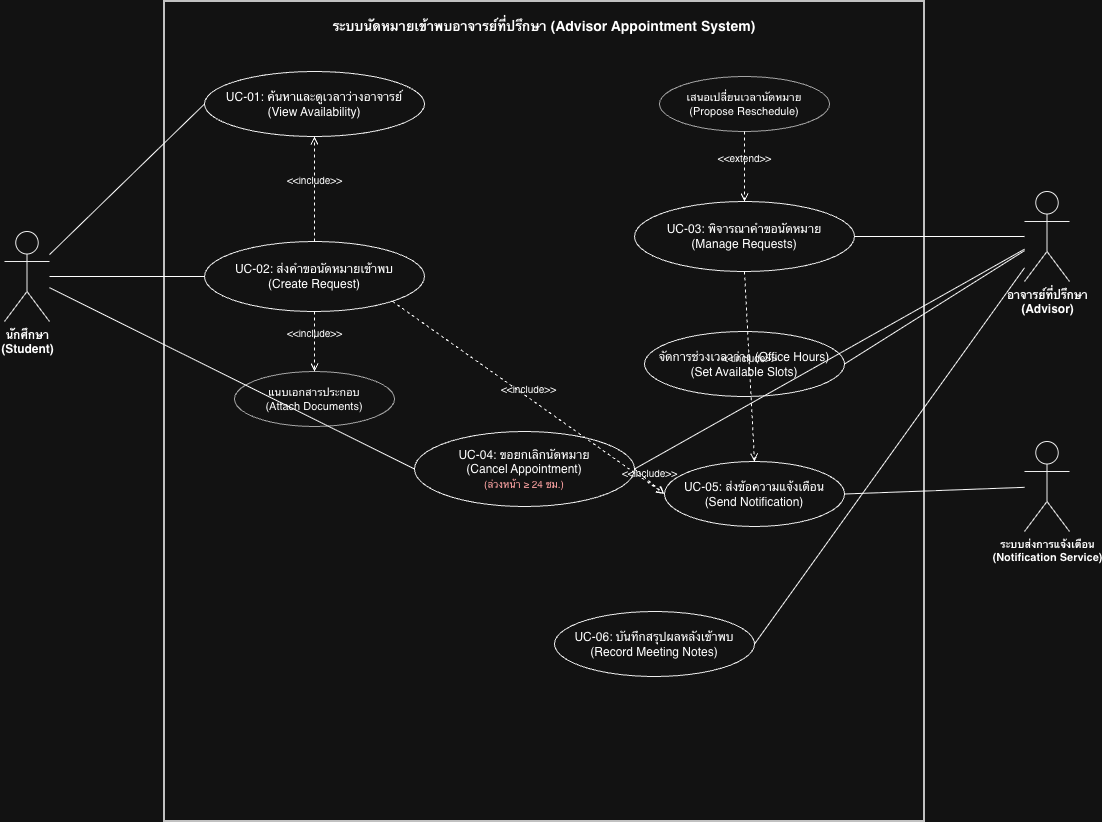
Above: diagrams/use-case/usecase.drawio.png in TAONAJA/ENGSE206-Group4-advisor-appointment (draw.io), before the change. Source tidied: cells renumbered, new cells last; positions are measured from the earlier drawing's top-left corner, leaving out a move shared by most shapes.
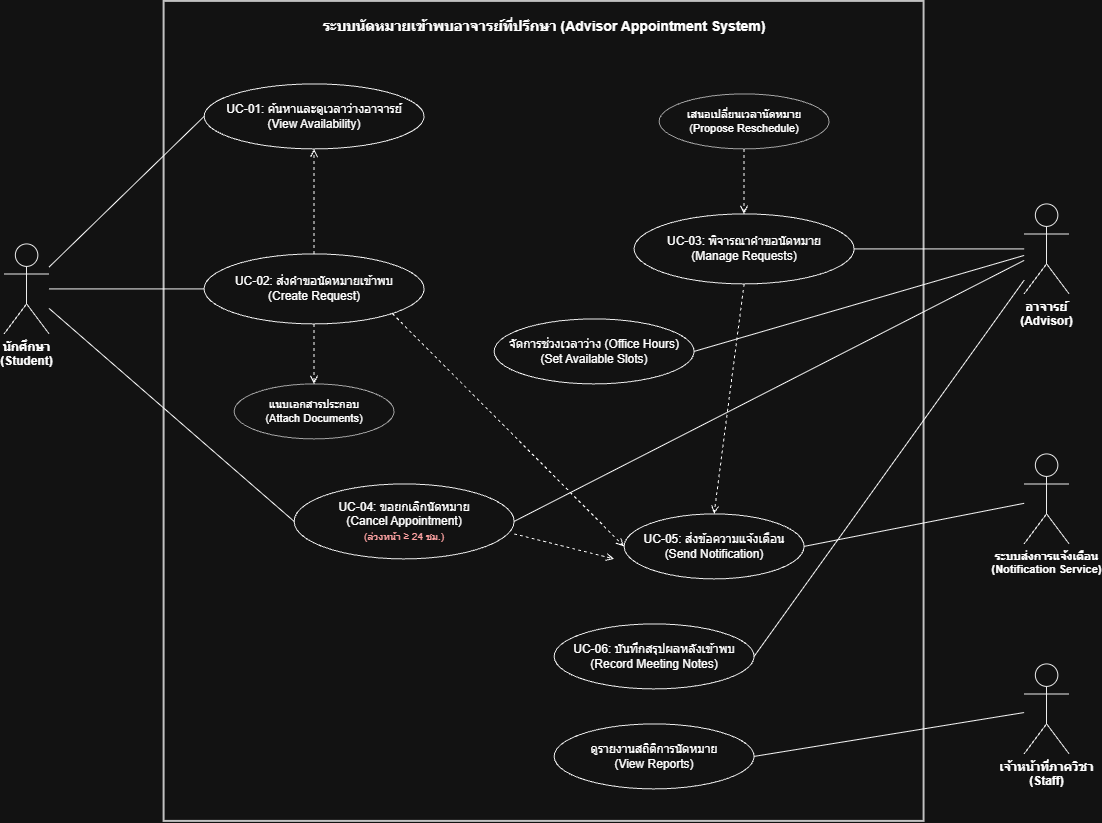
The same file after the commit.

Diff of the diagram source:
```diff
@@ -3,14 +3,17 @@
     <mxCell id="0" />
     <mxCell id="1" parent="0" />
     <mxCell id="2" value="ระบบนัดหมายเข้าพบอาจารย์ที่ปรึกษา (Advisor Appointment System)" style="shape=rect;html=1;verticalAlign=top;fontStyle=1;whiteSpace=wrap;align=center;fillColor=#ffffff;strokeColor=#333333;strokeWidth=2;fontSize=14;spacingTop=10;" parent="1" vertex="1">
-      <mxGeometry x="160" width="760" height="820" as="geometry" />
+      <mxGeometry x="160" y="-12.5" width="760" height="820" as="geometry" />
     </mxCell>
     <mxCell id="3" value="นักศึกษา&#10;(Student)" style="shape=umlActor;verticalLabelPosition=bottom;verticalAlign=top;html=1;outlineConnect=0;fontStyle=1;fontSize=12;strokeColor=#000000;fillColor=#ffffff;" parent="1" vertex="1">
       <mxGeometry y="230" width="45" height="90" as="geometry" />
     </mxCell>
-    <mxCell id="4" value="อาจารย์ที่ปรึกษา&#10;(Advisor)" style="shape=umlActor;verticalLabelPosition=bottom;verticalAlign=top;html=1;outlineConnect=0;fontStyle=1;fontSize=12;strokeColor=#000000;fillColor=#ffffff;" parent="1" vertex="1">
+    <mxCell id="4" value="อาจารย์&lt;br&gt;(Advisor)" style="shape=umlActor;verticalLabelPosition=bottom;verticalAlign=top;html=1;outlineConnect=0;fontStyle=1;fontSize=12;strokeColor=#000000;fillColor=#ffffff;" parent="1" vertex="1">
       <mxGeometry x="1020" y="190" width="45" height="90" as="geometry" />
     </mxCell>
+    <mxCell id="29" value="เจ้าหน้าที่ภาควิชา&#10;(Staff)" style="shape=umlActor;verticalLabelPosition=bottom;verticalAlign=top;html=1;outlineConnect=0;fontStyle=1;fontSize=12;strokeColor=#000000;fillColor=#ffffff;" parent="1" vertex="1">
+      <mxGeometry x="1020" y="650" width="45" height="90" as="geometry" />
+    </mxCell>
     <mxCell id="5" value="ระบบส่งการแจ้งเตือน&#10;(Notification Service)" style="shape=umlActor;verticalLabelPosition=bottom;verticalAlign=top;html=1;outlineConnect=0;fontStyle=1;fontSize=11;strokeColor=#000000;fillColor=#ffffff;" parent="1" vertex="1">
       <mxGeometry x="1020" y="440" width="45" height="90" as="geometry" />
     </mxCell>
@@ -27,20 +30,23 @@
       <mxGeometry x="630" y="200" width="220" height="70" as="geometry" />
     </mxCell>
     <mxCell id="10" value="เสนอเปลี่ยนเวลานัดหมาย&#10;(Propose Reschedule)" style="ellipse;whiteSpace=wrap;html=1;fillColor=#ffffff;strokeColor=#555555;fontSize=11;" parent="1" vertex="1">
-      <mxGeometry x="655" y="75" width="170" height="55" as="geometry" />
+      <mxGeometry x="655" y="80" width="170" height="55" as="geometry" />
     </mxCell>
     <mxCell id="11" value="จัดการช่วงเวลาว่าง (Office Hours)&#10;(Set Available Slots)" style="ellipse;whiteSpace=wrap;html=1;fillColor=#ffffff;strokeColor=#000000;fontSize=12;" parent="1" vertex="1">
-      <mxGeometry x="640" y="330" width="200" height="65" as="geometry" />
+      <mxGeometry x="490" y="305" width="200" height="65" as="geometry" />
     </mxCell>
     <mxCell id="12" value="UC-04: ขอยกเลิกนัดหมาย&#10;(Cancel Appointment)&#10;&lt;font color=&quot;#cc0000&quot; style=&quot;font-size: 10px;&quot;&gt;(ล่วงหน้า ≥ 24 ชม.)&lt;/font&gt;" style="ellipse;whiteSpace=wrap;html=1;fillColor=#ffffff;strokeColor=#000000;fontSize=12;" parent="1" vertex="1">
-      <mxGeometry x="410" y="430" width="220" height="75" as="geometry" />
+      <mxGeometry x="290" y="470" width="220" height="75" as="geometry" />
     </mxCell>
     <mxCell id="13" value="UC-05: ส่งข้อความแจ้งเตือน&#10;(Send Notification)" style="ellipse;whiteSpace=wrap;html=1;fillColor=#ffffff;strokeColor=#000000;fontSize=12;" parent="1" vertex="1">
-      <mxGeometry x="660" y="460" width="180" height="65" as="geometry" />
+      <mxGeometry x="620" y="500" width="180" height="65" as="geometry" />
     </mxCell>
     <mxCell id="14" value="UC-06: บันทึกสรุปผลหลังเข้าพบ&#10;(Record Meeting Notes)" style="ellipse;whiteSpace=wrap;html=1;fillColor=#ffffff;strokeColor=#000000;fontSize=12;" parent="1" vertex="1">
       <mxGeometry x="550" y="610" width="200" height="65" as="geometry" />
     </mxCell>
+    <mxCell id="30" value="ดูรายงานสถิติการนัดหมาย&#10;(View Reports)" style="ellipse;whiteSpace=wrap;html=1;fillColor=#ffffff;strokeColor=#000000;fontSize=12;" parent="1" vertex="1">
+      <mxGeometry x="550" y="710" width="200" height="65" as="geometry" />
+    </mxCell>
     <mxCell id="15" style="endArrow=none;html=1;entryX=0;entryY=0.5;entryDx=0;entryDy=0;" parent="1" edge="1" source="3" target="6">
       <mxGeometry relative="1" as="geometry" />
     </mxCell>
@@ -62,25 +68,31 @@
     <mxCell id="21" style="endArrow=none;html=1;entryX=1;entryY=0.5;entryDx=0;entryDy=0;" parent="1" edge="1" source="4" target="14">
       <mxGeometry relative="1" as="geometry" />
     </mxCell>
+    <mxCell id="31" style="endArrow=none;html=1;entryX=1;entryY=0.5;entryDx=0;entryDy=0;" parent="1" edge="1" source="29" target="30">
+      <mxGeometry relative="1" as="geometry" />
+    </mxCell>
     <mxCell id="22" style="endArrow=none;html=1;entryX=1;entryY=0.5;entryDx=0;entryDy=0;" parent="1" edge="1" source="5" target="13">
       <mxGeometry relative="1" as="geometry" />
     </mxCell>
-    <mxCell id="23" value="&amp;lt;&amp;lt;include&amp;gt;&amp;gt;" style="html=1;verticalAlign=bottom;labelBackgroundColor=none;endArrow=open;endFill=0;dashed=1;entryX=0.5;entryY=1;entryDx=0;entryDy=0;exitX=0.5;exitY=0;exitDx=0;exitDy=0;fontSize=10;" parent="1" edge="1" source="7" target="6">
+    <mxCell id="23" style="html=1;verticalAlign=bottom;labelBackgroundColor=none;endArrow=open;endFill=0;dashed=1;entryX=0.5;entryY=1;entryDx=0;entryDy=0;exitX=0.5;exitY=0;exitDx=0;exitDy=0;fontSize=10;" parent="1" edge="1" source="7" target="6">
       <mxGeometry relative="1" as="geometry" />
     </mxCell>
-    <mxCell id="24" value="&amp;lt;&amp;lt;include&amp;gt;&amp;gt;" style="html=1;verticalAlign=bottom;labelBackgroundColor=none;endArrow=open;endFill=0;dashed=1;entryX=0.5;entryY=0;entryDx=0;entryDy=0;exitX=0.5;exitY=1;exitDx=0;exitDy=0;fontSize=10;" parent="1" edge="1" source="7" target="8">
+    <mxCell id="24" style="html=1;verticalAlign=bottom;labelBackgroundColor=none;endArrow=open;endFill=0;dashed=1;entryX=0.5;entryY=0;entryDx=0;entryDy=0;exitX=0.5;exitY=1;exitDx=0;exitDy=0;fontSize=10;" parent="1" edge="1" source="7" target="8">
       <mxGeometry relative="1" as="geometry" />
     </mxCell>
-    <mxCell id="25" value="&amp;lt;&amp;lt;include&amp;gt;&amp;gt;" style="html=1;verticalAlign=bottom;labelBackgroundColor=none;endArrow=open;endFill=0;dashed=1;entryX=0;entryY=0.5;entryDx=0;entryDy=0;exitX=1;exitY=1;exitDx=0;exitDy=0;fontSize=10;" parent="1" edge="1" source="7" target="13">
-      <mxGeometry relative="1" as="geometry" />
+    <mxCell id="25" style="html=1;verticalAlign=bottom;labelBackgroundColor=none;endArrow=open;endFill=0;dashed=1;entryX=0;entryY=0.5;entryDx=0;entryDy=0;exitX=1;exitY=1;exitDx=0;exitDy=0;fontSize=10;" parent="1" edge="1" source="7" target="13">
+      <mxGeometry x="0.02" y="12" relative="1" as="geometry" />
     </mxCell>
-    <mxCell id="26" value="&amp;lt;&amp;lt;include&amp;gt;&amp;gt;" style="html=1;verticalAlign=bottom;labelBackgroundColor=none;endArrow=open;endFill=0;dashed=1;entryX=0.5;entryY=0;entryDx=0;entryDy=0;exitX=0.5;exitY=1;exitDx=0;exitDy=0;fontSize=10;" parent="1" edge="1" source="9" target="13">
+    <mxCell id="26" style="html=1;verticalAlign=bottom;labelBackgroundColor=none;endArrow=open;endFill=0;dashed=1;entryX=0.5;entryY=0;entryDx=0;entryDy=0;exitX=0.5;exitY=1;exitDx=0;exitDy=0;fontSize=10;" parent="1" edge="1" source="9" target="13">
       <mxGeometry relative="1" as="geometry" />
     </mxCell>
-    <mxCell id="27" value="&amp;lt;&amp;lt;include&amp;gt;&amp;gt;" style="html=1;verticalAlign=bottom;labelBackgroundColor=none;endArrow=open;endFill=0;dashed=1;entryX=0;entryY=0.5;entryDx=0;entryDy=0;exitX=1;exitY=0.5;exitDx=0;exitDy=0;fontSize=10;" parent="1" edge="1" source="12" target="13">
-      <mxGeometry relative="1" as="geometry" />
+    <mxCell id="27" style="html=1;verticalAlign=bottom;labelBackgroundColor=none;endArrow=open;endFill=0;dashed=1;entryX=0;entryY=0.5;entryDx=0;entryDy=0;exitX=1;exitY=0.5;exitDx=0;exitDy=0;fontSize=10;" parent="1" edge="1">
+      <mxGeometry relative="1" as="geometry">
+        <mxPoint x="510" y="520" as="sourcePoint" />
+        <mxPoint x="610" y="545" as="targetPoint" />
+      </mxGeometry>
     </mxCell>
-    <mxCell id="28" value="&amp;lt;&amp;lt;extend&amp;gt;&amp;gt;" style="html=1;verticalAlign=bottom;labelBackgroundColor=none;endArrow=open;endFill=0;dashed=1;entryX=0.5;entryY=0;entryDx=0;entryDy=0;exitX=0.5;exitY=1;exitDx=0;exitDy=0;fontSize=10;" parent="1" edge="1" source="10" target="9">
+    <mxCell id="28" style="html=1;verticalAlign=bottom;labelBackgroundColor=none;endArrow=open;endFill=0;dashed=1;entryX=0.5;entryY=0;entryDx=0;entryDy=0;exitX=0.5;exitY=1;exitDx=0;exitDy=0;fontSize=10;" parent="1" edge="1" source="10" target="9">
       <mxGeometry relative="1" as="geometry" />
     </mxCell>
   </root>
```
